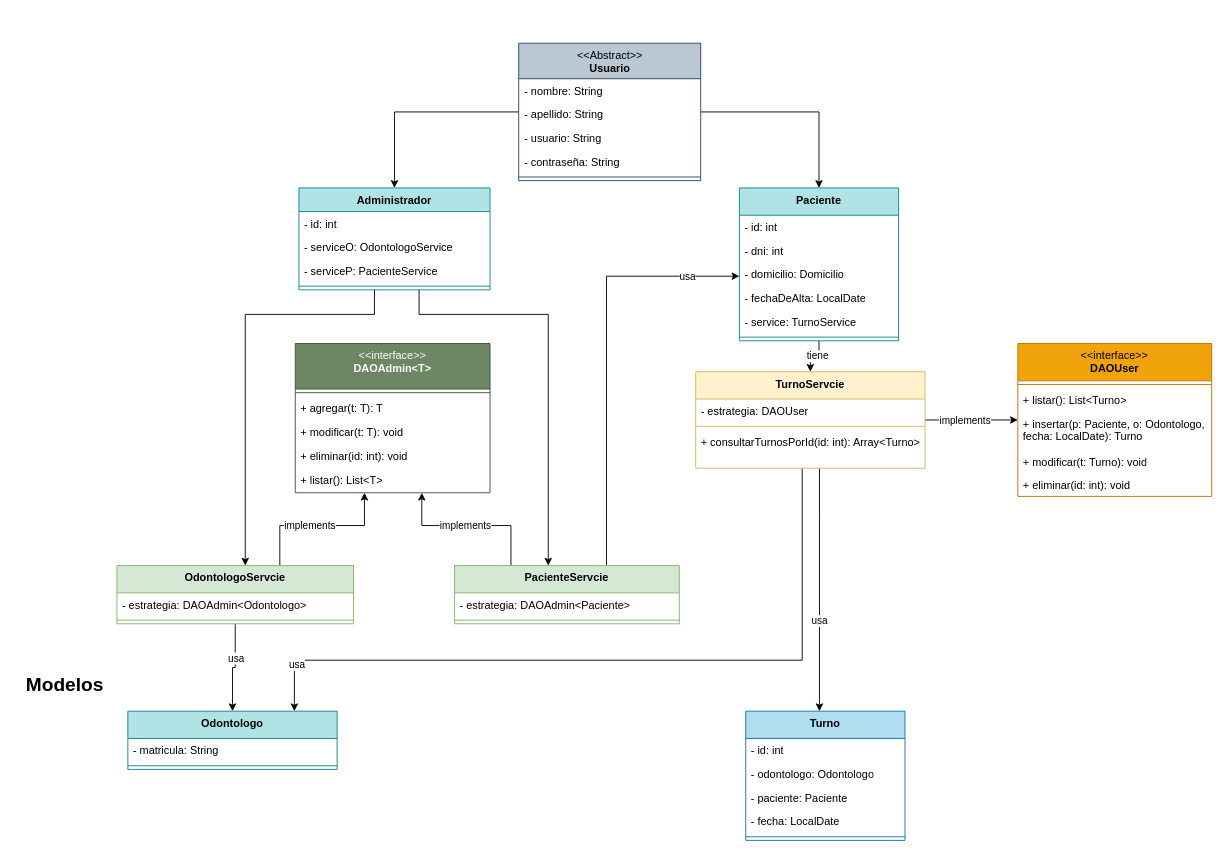
eligazza/sistema-reservas keeps this draw.io diagram as daigram.drawio. Above is the earlier version. Source tidied: cells renumbered, new cells numbered last; positions are measured from the earlier drawing's top-left corner, leaving out a move shared by most shapes. Both pictures are drawn from the tidied source at 91%, with x=0, y=0 at pixel (15, 43).
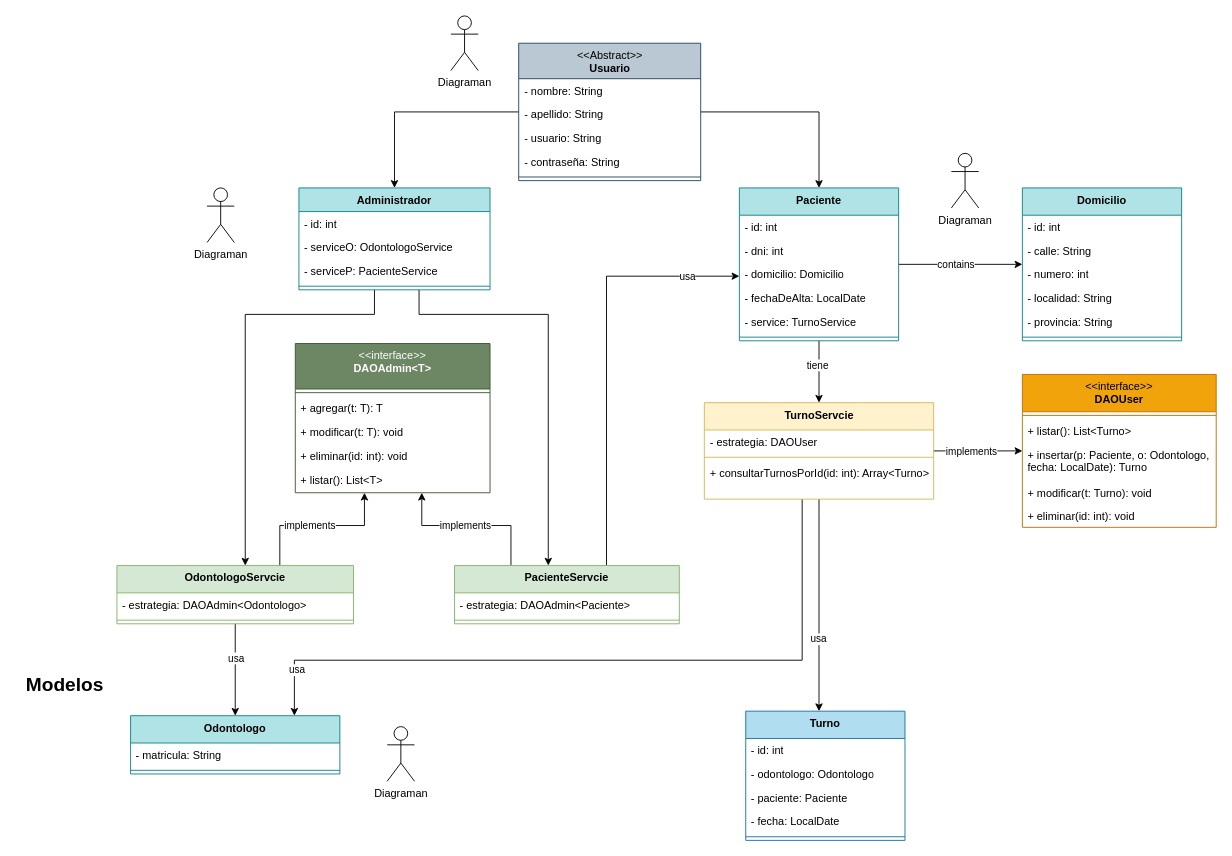
The same page after the edit.

The change refers to these unchanged cells:
```xml
<mxCell id="4" value="&lt;b style=&quot;border-color: var(--border-color);&quot;&gt;Paciente&lt;/b&gt;" style="swimlane;fontStyle=1;align=center;verticalAlign=top;horizontal=1;startSize=30;whiteSpace=wrap;html=1;fillColor=#b0e3e6;strokeColor=#0e8088;" parent="1" vertex="1">
  <mxGeometry x="795" y="159" width="175" height="168" as="geometry" />
</mxCell>
```

Diff of the diagram source:
```diff
@@
+    <mxCell id="72" style="edgeStyle=orthogonalEdgeStyle;rounded=0;jettySize=auto;html=1;" parent="1" edge="1" source="4" target="78">
+      <mxGeometry relative="1" as="geometry" />
+    </mxCell>
+    <mxCell id="73" value="contains" style="edgeLabel;html=1;align=center;verticalAlign=middle;" parent="72" vertex="1">
+      <mxGeometry x="-0.14" y="1" relative="1" as="geometry">
+        <mxPoint x="4" y="1" as="offset" />
+      </mxGeometry>
+    </mxCell>
@@
     <mxCell id="24" value="&lt;b style=&quot;border-color: var(--border-color);&quot;&gt;Odontologo&lt;/b&gt;" style="swimlane;fontStyle=1;align=center;verticalAlign=top;horizontal=1;startSize=30;whiteSpace=wrap;html=1;fillColor=#b0e3e6;strokeColor=#0e8088;" parent="1" vertex="1">
-      <mxGeometry x="123" y="734" width="230" height="64" as="geometry" />
+      <mxGeometry x="126" y="739" width="230" height="64" as="geometry" />
     </mxCell>
@@
     <mxCell id="55" value="&lt;b style=&quot;border-color: var(--border-color);&quot;&gt;TurnoServcie&lt;/b&gt;" style="swimlane;fontStyle=1;align=center;verticalAlign=top;horizontal=1;startSize=30;whiteSpace=wrap;html=1;fillColor=#fff2cc;strokeColor=#d6b656;" parent="1" vertex="1">
-      <mxGeometry x="747" y="361" width="252" height="106" as="geometry" />
+      <mxGeometry x="756.5" y="395" width="252" height="106" as="geometry" />
     </mxCell>
@@
     <mxCell id="66" value="&lt;span style=&quot;border-color: var(--border-color);&quot;&gt;&lt;span style=&quot;font-weight: normal;&quot;&gt;&amp;lt;&amp;lt;interface&amp;gt;&amp;gt;&lt;/span&gt;&lt;br&gt;DAOUser&lt;/span&gt;" style="swimlane;fontStyle=1;align=center;verticalAlign=top;horizontal=1;startSize=41;whiteSpace=wrap;html=1;fillColor=#f0a30a;strokeColor=#BD7000;fontColor=#000000;" parent="1" vertex="1">
-      <mxGeometry x="1101" y="330" width="213" height="168" as="geometry" />
+      <mxGeometry x="1106" y="364" width="213" height="168" as="geometry" />
     </mxCell>
@@
+    <mxCell id="74" value="Diagraman" style="shape=umlActor;verticalLabelPosition=bottom;verticalAlign=top;html=1;" parent="1" vertex="1">
+      <mxGeometry x="408" y="751" width="30" height="60" as="geometry" />
+    </mxCell>
+    <mxCell id="75" value="Diagraman" style="shape=umlActor;verticalLabelPosition=bottom;verticalAlign=top;html=1;" parent="1" vertex="1">
+      <mxGeometry x="1028" y="121" width="30" height="60" as="geometry" />
+    </mxCell>
+    <mxCell id="76" value="Diagraman" style="shape=umlActor;verticalLabelPosition=bottom;verticalAlign=top;html=1;" parent="1" vertex="1">
+      <mxGeometry x="210" y="159" width="30" height="60" as="geometry" />
+    </mxCell>
+    <mxCell id="77" value="Diagraman" style="shape=umlActor;verticalLabelPosition=bottom;verticalAlign=top;html=1;" parent="1" vertex="1">
+      <mxGeometry x="478" y="-30" width="30" height="60" as="geometry" />
+    </mxCell>
+    <mxCell id="78" value="&lt;b style=&quot;border-color: var(--border-color);&quot;&gt;Domicilio&lt;/b&gt;" style="swimlane;fontStyle=1;align=center;verticalAlign=top;horizontal=1;startSize=30;whiteSpace=wrap;html=1;fillColor=#b0e3e6;strokeColor=#0e8088;" parent="1" vertex="1">
+      <mxGeometry x="1106" y="159" width="175" height="168" as="geometry" />
+    </mxCell>
+    <mxCell id="79" value="- id: int" style="text;strokeColor=none;fillColor=none;align=left;verticalAlign=top;spacingLeft=4;spacingRight=4;overflow=hidden;whiteSpace=wrap;html=1;" parent="78" vertex="1">
+      <mxGeometry y="30" width="175" height="26" as="geometry" />
+    </mxCell>
+    <mxCell id="80" value="- calle: String" style="text;strokeColor=none;fillColor=none;align=left;verticalAlign=top;spacingLeft=4;spacingRight=4;overflow=hidden;whiteSpace=wrap;html=1;" parent="78" vertex="1">
+      <mxGeometry y="56" width="175" height="26" as="geometry" />
+    </mxCell>
+    <mxCell id="81" value="- numero: int" style="text;strokeColor=none;fillColor=none;align=left;verticalAlign=top;spacingLeft=4;spacingRight=4;overflow=hidden;whiteSpace=wrap;html=1;" parent="78" vertex="1">
+      <mxGeometry y="82" width="175" height="26" as="geometry" />
+    </mxCell>
+    <mxCell id="82" value="- localidad: String" style="text;strokeColor=none;fillColor=none;align=left;verticalAlign=top;spacingLeft=4;spacingRight=4;overflow=hidden;whiteSpace=wrap;html=1;" parent="78" vertex="1">
+      <mxGeometry y="108" width="175" height="26" as="geometry" />
+    </mxCell>
+    <mxCell id="83" value="- provincia: String" style="text;strokeColor=none;fillColor=none;align=left;verticalAlign=top;spacingLeft=4;spacingRight=4;overflow=hidden;whiteSpace=wrap;html=1;" parent="78" vertex="1">
+      <mxGeometry y="134" width="175" height="26" as="geometry" />
+    </mxCell>
+    <mxCell id="84" style="line;strokeWidth=1;fillColor=none;align=left;verticalAlign=middle;spacingTop=-1;spacingLeft=3;spacingRight=3;labelPosition=right;strokeColor=inherit;" parent="78" vertex="1">
+      <mxGeometry y="160" width="175" height="8" as="geometry" />
+    </mxCell>
```
